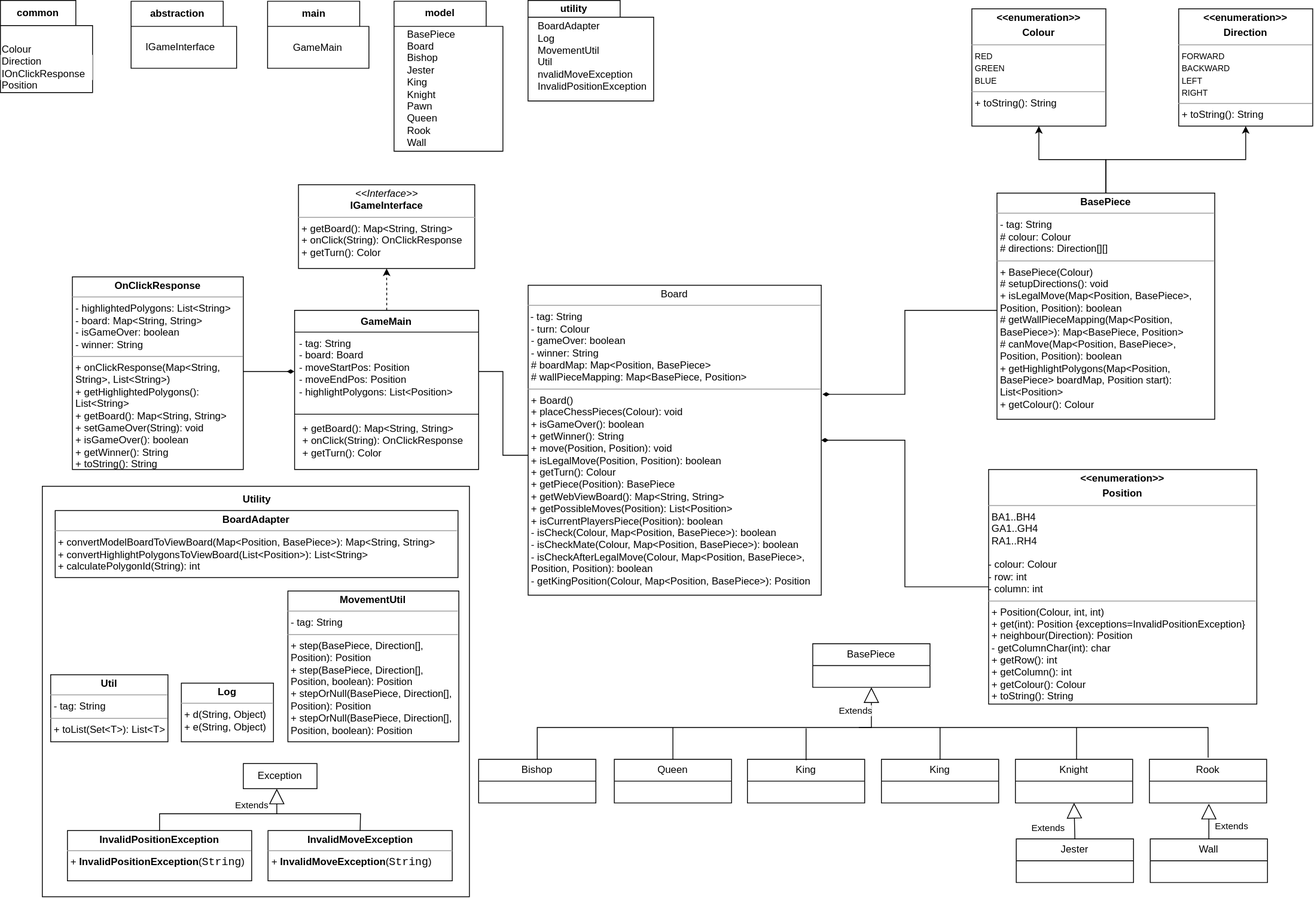
Above: documentation/images/ClassDiagram.svg in ShashankSinha98/3-Player-Chess (draw.io), before the change. Source tidied: cells renumbered, new cells last; positions are measured from the earlier drawing's top-left corner, leaving out a move shared by most shapes.
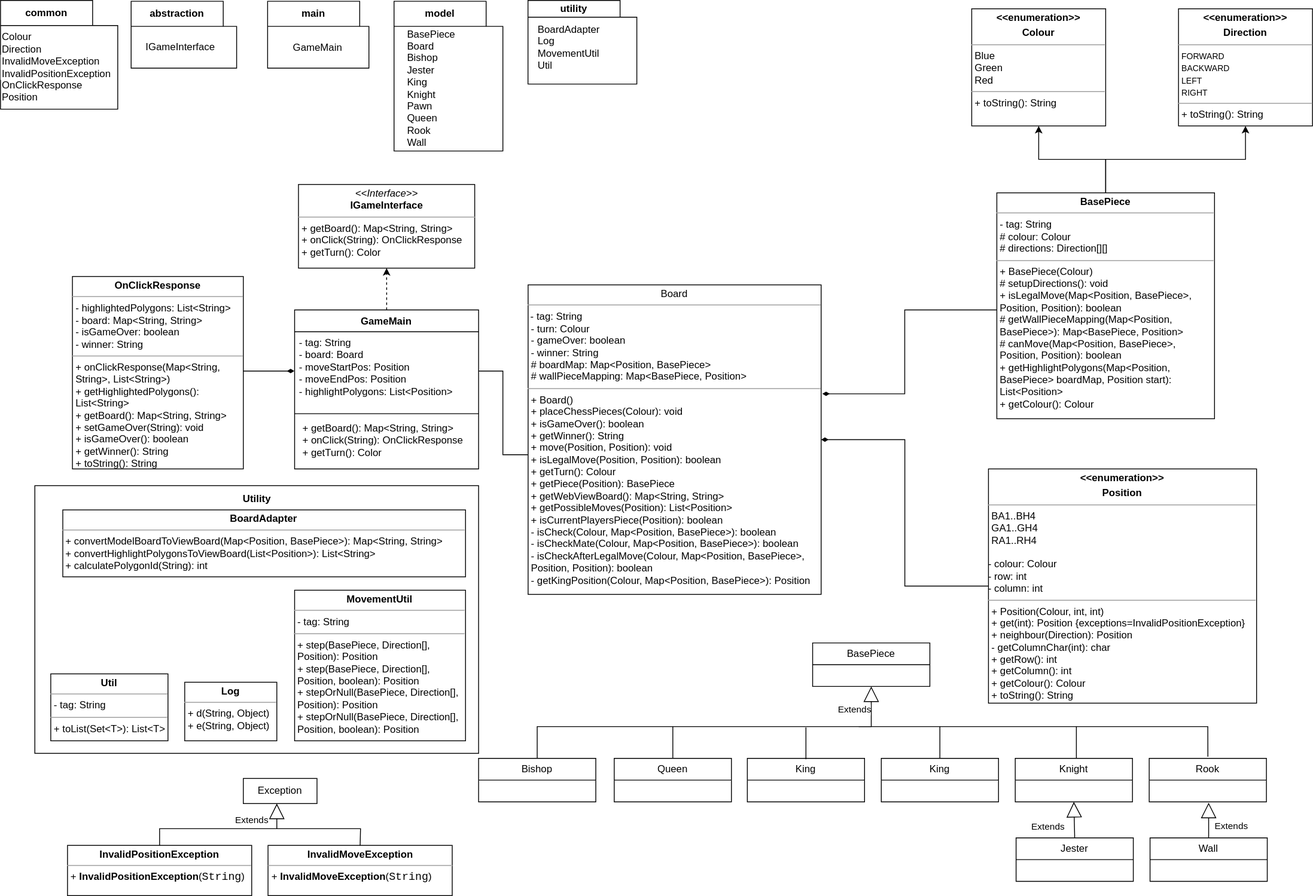
The same diagram one commit later.

The edit, as a diff of the source:
```diff
@@ -3,15 +3,15 @@
     <mxCell id="0" />
     <mxCell id="1" parent="0" />
     <mxCell id="2" style="rounded=0;whiteSpace=wrap;html=1;" parent="1" vertex="1">
-      <mxGeometry x="50" y="580" width="510" height="490" as="geometry" />
+      <mxGeometry x="41" y="580" width="530" height="320" as="geometry" />
     </mxCell>
     <mxCell id="3" value="&lt;p style=&quot;margin:0px;margin-top:4px;text-align:center;&quot;&gt;&lt;i&gt;&amp;lt;&amp;lt;Interface&amp;gt;&amp;gt;&lt;/i&gt;&lt;br&gt;&lt;b&gt;IGameInterface&lt;/b&gt;&lt;/p&gt;&lt;hr size=&quot;1&quot;&gt;&lt;p style=&quot;margin:0px;margin-left:4px;&quot;&gt;+ getBoard(): Map&amp;lt;String, String&amp;gt;&lt;br&gt;+ onClick(String): OnClickResponse&amp;nbsp;&lt;/p&gt;&lt;p style=&quot;margin:0px;margin-left:4px;&quot;&gt;+ getTurn(): Color&lt;/p&gt;" style="verticalAlign=top;align=left;overflow=fill;fontSize=12;fontFamily=Helvetica;html=1;whiteSpace=wrap;" parent="1" vertex="1">
       <mxGeometry x="355.9" y="220" width="210.5" height="100" as="geometry" />
     </mxCell>
-    <mxCell id="4" value="common" style="shape=folder;fontStyle=1;tabWidth=90;tabHeight=30;tabPosition=left;html=1;boundedLbl=1;labelInHeader=1;whiteSpace=wrap;" parent="1" vertex="1">
-      <mxGeometry width="110" height="110" as="geometry" />
+    <mxCell id="4" value="common" style="shape=folder;fontStyle=1;tabWidth=110;tabHeight=30;tabPosition=left;html=1;boundedLbl=1;labelInHeader=1;whiteSpace=wrap;" parent="1" vertex="1">
+      <mxGeometry width="140" height="130" as="geometry" />
     </mxCell>
-    <mxCell id="5" value="Colour&lt;br&gt;Direction&lt;br&gt;&lt;div&gt;I&lt;span style=&quot;background-color: initial;&quot;&gt;OnClickResponse&lt;/span&gt;&lt;/div&gt;&lt;div&gt;Position&lt;/div&gt;" style="html=1;whiteSpace=wrap;strokeColor=none;align=left;" parent="4" vertex="1">
+    <mxCell id="5" value="Colour&lt;br&gt;Direction&lt;br&gt;&lt;div&gt;InvalidMoveException&lt;/div&gt;&lt;div&gt;InvalidPositionException&lt;/div&gt;&lt;div&gt;OnClickResponse&lt;/div&gt;&lt;div&gt;Position&lt;/div&gt;" style="html=1;whiteSpace=wrap;strokeColor=none;align=left;" parent="4" vertex="1">
       <mxGeometry width="110" height="30" relative="1" as="geometry">
         <mxPoint y="65" as="offset" />
       </mxGeometry>
@@ -41,11 +41,11 @@
       </mxGeometry>
     </mxCell>
     <mxCell id="12" value="utility" style="shape=folder;fontStyle=1;tabWidth=110;tabHeight=20;tabPosition=left;html=1;boundedLbl=1;labelInHeader=1;whiteSpace=wrap;" parent="1" vertex="1">
-      <mxGeometry x="630" width="150" height="120" as="geometry" />
+      <mxGeometry x="630" width="130" height="100" as="geometry" />
     </mxCell>
-    <mxCell id="13" value="&lt;div&gt;BoardAdapter&lt;/div&gt;&lt;div&gt;Log&lt;/div&gt;&lt;div&gt;MovementUtil&lt;/div&gt;&lt;div&gt;Util&lt;/div&gt;&lt;div&gt;&lt;div style=&quot;border-color: var(--border-color);&quot;&gt;nvalidMoveException&lt;/div&gt;&lt;div style=&quot;border-color: var(--border-color);&quot;&gt;InvalidPositionException&lt;/div&gt;&lt;/div&gt;&lt;div&gt;&lt;br&gt;&lt;/div&gt;" style="html=1;whiteSpace=wrap;align=left;strokeColor=none;" parent="12" vertex="1">
+    <mxCell id="13" value="&lt;div&gt;BoardAdapter&lt;/div&gt;&lt;div&gt;Log&lt;/div&gt;&lt;div&gt;MovementUtil&lt;/div&gt;&lt;div&gt;Util&lt;/div&gt;" style="html=1;whiteSpace=wrap;align=left;strokeColor=none;" parent="12" vertex="1">
       <mxGeometry width="90" height="60" relative="1" as="geometry">
-        <mxPoint x="10" y="44" as="offset" />
+        <mxPoint x="10" y="26" as="offset" />
       </mxGeometry>
     </mxCell>
     <mxCell id="14" style="edgeStyle=orthogonalEdgeStyle;rounded=0;jettySize=auto;html=1;entryX=0.5;entryY=1;entryDx=0;entryDy=0;dashed=1;" parent="1" edge="1" source="15" target="3">
@@ -69,7 +69,7 @@
     <mxCell id="20" style="edgeStyle=orthogonalEdgeStyle;rounded=0;jettySize=auto;html=1;exitX=0.5;exitY=0;exitDx=0;exitDy=0;" parent="1" edge="1" source="24" target="21">
       <mxGeometry relative="1" as="geometry" />
     </mxCell>
-    <mxCell id="21" value="&lt;p style=&quot;margin:0px;margin-top:4px;text-align:center;&quot;&gt;&lt;b&gt;&amp;lt;&amp;lt;enumeration&amp;gt;&amp;gt;&lt;/b&gt;&lt;/p&gt;&lt;p style=&quot;margin:0px;margin-top:4px;text-align:center;&quot;&gt;&lt;b&gt;Colour&lt;/b&gt;&lt;/p&gt;&lt;hr size=&quot;1&quot;&gt;&lt;p style=&quot;margin:0px;margin-left:4px;&quot;&gt;&lt;font style=&quot;font-size: 10px;&quot;&gt;RED&lt;/font&gt;&lt;/p&gt;&lt;p style=&quot;margin:0px;margin-left:4px;&quot;&gt;&lt;font style=&quot;font-size: 10px;&quot;&gt;GREEN&lt;/font&gt;&lt;/p&gt;&lt;p style=&quot;margin:0px;margin-left:4px;&quot;&gt;&lt;font style=&quot;font-size: 10px;&quot;&gt;BLUE&lt;/font&gt;&lt;/p&gt;&lt;hr size=&quot;1&quot;&gt;&lt;p style=&quot;margin:0px;margin-left:4px;&quot;&gt;+ toString(): String&lt;/p&gt;" style="verticalAlign=top;align=left;overflow=fill;fontSize=12;fontFamily=Helvetica;html=1;whiteSpace=wrap;" parent="1" vertex="1">
+    <mxCell id="21" value="&lt;p style=&quot;margin:0px;margin-top:4px;text-align:center;&quot;&gt;&lt;b&gt;&amp;lt;&amp;lt;enumeration&amp;gt;&amp;gt;&lt;/b&gt;&lt;/p&gt;&lt;p style=&quot;margin:0px;margin-top:4px;text-align:center;&quot;&gt;&lt;b&gt;Colour&lt;/b&gt;&lt;/p&gt;&lt;hr size=&quot;1&quot;&gt;&lt;p style=&quot;margin:0px;margin-left:4px;&quot;&gt;Blue&lt;/p&gt;&lt;p style=&quot;margin:0px;margin-left:4px;&quot;&gt;Green&lt;/p&gt;&lt;p style=&quot;margin:0px;margin-left:4px;&quot;&gt;Red&lt;/p&gt;&lt;hr size=&quot;1&quot;&gt;&lt;p style=&quot;margin:0px;margin-left:4px;&quot;&gt;+ toString(): String&lt;/p&gt;" style="verticalAlign=top;align=left;overflow=fill;fontSize=12;fontFamily=Helvetica;html=1;whiteSpace=wrap;" parent="1" vertex="1">
       <mxGeometry x="1160" y="10" width="160" height="140" as="geometry" />
     </mxCell>
     <mxCell id="22" style="edgeStyle=orthogonalEdgeStyle;rounded=0;jettySize=auto;html=1;exitX=0.5;exitY=0;exitDx=0;exitDy=0;" parent="1" edge="1" source="24" target="23">
@@ -88,13 +88,13 @@
       <mxGeometry x="1180" y="560" width="320.2" height="280" as="geometry" />
     </mxCell>
     <mxCell id="27" value="&lt;p style=&quot;margin:0px;margin-top:4px;text-align:center;&quot;&gt;&lt;b&gt;BoardAdapter&lt;/b&gt;&lt;/p&gt;&lt;hr size=&quot;1&quot;&gt;&lt;p style=&quot;margin:0px;margin-left:4px;&quot;&gt;+ convertModelBoardToViewBoard(Map&amp;lt;Position, BasePiece&amp;gt;): Map&amp;lt;String, String&amp;gt;&lt;/p&gt;&lt;p style=&quot;margin:0px;margin-left:4px;&quot;&gt;+ convertHighlightPolygonsToViewBoard(List&amp;lt;Position&amp;gt;): List&amp;lt;String&amp;gt;&lt;/p&gt;&lt;p style=&quot;margin:0px;margin-left:4px;&quot;&gt;+ calculatePolygonId(String): int&lt;/p&gt;" style="verticalAlign=top;align=left;overflow=fill;fontSize=12;fontFamily=Helvetica;html=1;whiteSpace=wrap;" parent="1" vertex="1">
-      <mxGeometry x="65.4" y="609" width="481" height="80" as="geometry" />
+      <mxGeometry x="74.4" y="609" width="481" height="80" as="geometry" />
     </mxCell>
     <mxCell id="28" value="&lt;p style=&quot;margin:0px;margin-top:4px;text-align:center;&quot;&gt;&lt;b&gt;InvalidPositionException&lt;/b&gt;&lt;/p&gt;&lt;hr size=&quot;1&quot;&gt;&lt;p style=&quot;margin:0px;margin-left:4px;&quot;&gt;+&amp;nbsp;&lt;b style=&quot;border-color: var(--border-color); text-align: center;&quot;&gt;InvalidPositionException&lt;/b&gt;(&lt;span style=&quot;background-color: rgb(255, 255, 255); font-family: &amp;quot;JetBrains Mono&amp;quot;, monospace; font-size: 9.8pt;&quot;&gt;String&lt;/span&gt;&lt;span style=&quot;background-color: initial;&quot;&gt;)&lt;/span&gt;&lt;/p&gt;" style="verticalAlign=top;align=left;overflow=fill;fontSize=12;fontFamily=Helvetica;html=1;whiteSpace=wrap;" parent="1" vertex="1">
-      <mxGeometry x="80" y="991" width="220" height="60" as="geometry" />
+      <mxGeometry x="80" y="1010" width="220" height="60" as="geometry" />
     </mxCell>
     <mxCell id="29" value="Exception" style="html=1;whiteSpace=wrap;" parent="1" vertex="1">
-      <mxGeometry x="290" y="911" width="88" height="30" as="geometry" />
+      <mxGeometry x="290" y="930" width="88" height="30" as="geometry" />
     </mxCell>
     <mxCell id="30" style="edgeStyle=orthogonalEdgeStyle;rounded=0;jettySize=auto;html=1;endArrow=diamondThin;endFill=1;entryX=1.004;entryY=0.352;entryDx=0;entryDy=0;entryPerimeter=0;" parent="1" edge="1" target="19">
       <mxGeometry relative="1" as="geometry">
@@ -193,35 +193,35 @@
       </mxGeometry>
     </mxCell>
     <mxCell id="49" value="&lt;p style=&quot;margin:0px;margin-top:4px;text-align:center;&quot;&gt;&lt;b&gt;InvalidMoveException&lt;/b&gt;&lt;/p&gt;&lt;hr size=&quot;1&quot;&gt;&lt;p style=&quot;margin:0px;margin-left:4px;&quot;&gt;+&amp;nbsp;&lt;b style=&quot;border-color: var(--border-color); text-align: center;&quot;&gt;InvalidMoveException&lt;/b&gt;(&lt;span style=&quot;background-color: rgb(255, 255, 255); font-family: &amp;quot;JetBrains Mono&amp;quot;, monospace; font-size: 9.8pt;&quot;&gt;String&lt;/span&gt;&lt;span style=&quot;background-color: initial;&quot;&gt;)&lt;/span&gt;&lt;/p&gt;" style="verticalAlign=top;align=left;overflow=fill;fontSize=12;fontFamily=Helvetica;html=1;whiteSpace=wrap;" parent="1" vertex="1">
-      <mxGeometry x="319.5" y="991" width="220" height="60" as="geometry" />
+      <mxGeometry x="319.5" y="1010" width="220" height="60" as="geometry" />
     </mxCell>
     <mxCell id="50" value="Extends" style="endArrow=block;endSize=16;endFill=0;html=1;rounded=0;" parent="1" edge="1">
       <mxGeometry x="0.37" y="10" relative="1" as="geometry">
-        <mxPoint x="190" y="991" as="sourcePoint" />
-        <mxPoint x="330" y="941" as="targetPoint" />
+        <mxPoint x="190" y="1010" as="sourcePoint" />
+        <mxPoint x="330" y="960" as="targetPoint" />
         <Array as="points">
-          <mxPoint x="190" y="971" />
-          <mxPoint x="330" y="971" />
+          <mxPoint x="190" y="990" />
+          <mxPoint x="330" y="990" />
         </Array>
       </mxGeometry>
     </mxCell>
     <mxCell id="51" style="endArrow=none;html=1;rounded=0;exitX=0.5;exitY=0;exitDx=0;exitDy=0;" parent="1" edge="1" source="49">
       <mxGeometry relative="1" as="geometry">
-        <mxPoint x="330" y="971" as="targetPoint" />
+        <mxPoint x="330" y="990" as="targetPoint" />
         <Array as="points">
-          <mxPoint x="430" y="971" />
-          <mxPoint x="380" y="971" />
+          <mxPoint x="430" y="990" />
+          <mxPoint x="380" y="990" />
         </Array>
       </mxGeometry>
     </mxCell>
     <mxCell id="52" value="&lt;p style=&quot;margin:0px;margin-top:4px;text-align:center;&quot;&gt;&lt;b&gt;Log&lt;/b&gt;&lt;/p&gt;&lt;hr size=&quot;1&quot;&gt;&lt;p style=&quot;margin:0px;margin-left:4px;&quot;&gt;+ d(String, Object)&lt;/p&gt;&lt;p style=&quot;margin:0px;margin-left:4px;&quot;&gt;+ e(String, Object)&lt;br&gt;&lt;/p&gt;" style="verticalAlign=top;align=left;overflow=fill;fontSize=12;fontFamily=Helvetica;html=1;whiteSpace=wrap;" parent="1" vertex="1">
-      <mxGeometry x="216" y="815" width="110" height="70" as="geometry" />
+      <mxGeometry x="220" y="815" width="110" height="70" as="geometry" />
     </mxCell>
     <mxCell id="53" value="&lt;p style=&quot;margin:0px;margin-top:4px;text-align:center;&quot;&gt;&lt;b&gt;Util&lt;/b&gt;&lt;/p&gt;&lt;hr size=&quot;1&quot;&gt;&lt;p style=&quot;margin:0px;margin-left:4px;&quot;&gt;- tag: String&lt;/p&gt;&lt;hr size=&quot;1&quot;&gt;&lt;p style=&quot;margin:0px;margin-left:4px;&quot;&gt;+ toList(Set&amp;lt;T&amp;gt;): List&amp;lt;T&amp;gt;&lt;/p&gt;" style="verticalAlign=top;align=left;overflow=fill;fontSize=12;fontFamily=Helvetica;html=1;whiteSpace=wrap;" parent="1" vertex="1">
       <mxGeometry x="60" y="805" width="140" height="80" as="geometry" />
     </mxCell>
     <mxCell id="54" value="&lt;p style=&quot;margin:0px;margin-top:4px;text-align:center;&quot;&gt;&lt;b&gt;MovementUtil&lt;/b&gt;&lt;/p&gt;&lt;hr size=&quot;1&quot;&gt;&lt;p style=&quot;margin:0px;margin-left:4px;&quot;&gt;- tag: String&lt;/p&gt;&lt;hr size=&quot;1&quot;&gt;&lt;p style=&quot;margin:0px;margin-left:4px;&quot;&gt;+ step(BasePiece, Direction[], Position): Position&lt;/p&gt;&lt;p style=&quot;margin:0px;margin-left:4px;&quot;&gt;+ step(BasePiece, Direction[], Position, boolean): Position&lt;br&gt;&lt;/p&gt;&lt;p style=&quot;margin:0px;margin-left:4px;&quot;&gt;+ stepOrNull(BasePiece, Direction[], Position): Position&lt;br&gt;&lt;/p&gt;&lt;p style=&quot;margin:0px;margin-left:4px;&quot;&gt;+ stepOrNull(BasePiece, Direction[], Position, boolean): Position&lt;br&gt;&lt;/p&gt;" style="verticalAlign=top;align=left;overflow=fill;fontSize=12;fontFamily=Helvetica;html=1;whiteSpace=wrap;" parent="1" vertex="1">
-      <mxGeometry x="343.2" y="705" width="204.1" height="180" as="geometry" />
+      <mxGeometry x="351.2" y="705" width="204.1" height="180" as="geometry" />
     </mxCell>
     <mxCell id="55" value="&lt;p style=&quot;margin:0px;margin-top:4px;text-align:center;&quot;&gt;&lt;b&gt;OnClickResponse&lt;/b&gt;&lt;/p&gt;&lt;hr size=&quot;1&quot;&gt;&lt;p style=&quot;margin:0px;margin-left:4px;&quot;&gt;- highlightedPolygons: List&amp;lt;String&amp;gt;&lt;/p&gt;&lt;p style=&quot;margin:0px;margin-left:4px;&quot;&gt;- board: Map&amp;lt;String, String&amp;gt;&lt;/p&gt;&lt;p style=&quot;margin:0px;margin-left:4px;&quot;&gt;- isGameOver: boolean&lt;/p&gt;&lt;p style=&quot;margin:0px;margin-left:4px;&quot;&gt;- winner: String&lt;/p&gt;&lt;hr size=&quot;1&quot;&gt;&lt;p style=&quot;margin:0px;margin-left:4px;&quot;&gt;+ onClickResponse(Map&amp;lt;String, String&amp;gt;, List&amp;lt;String&amp;gt;)&lt;/p&gt;&lt;p style=&quot;margin:0px;margin-left:4px;&quot;&gt;+ getHighlightedPolygons(): List&amp;lt;String&amp;gt;&lt;br&gt;&lt;/p&gt;&lt;p style=&quot;margin:0px;margin-left:4px;&quot;&gt;+ getBoard(): Map&amp;lt;String, String&amp;gt;&lt;br&gt;&lt;/p&gt;&lt;p style=&quot;margin:0px;margin-left:4px;&quot;&gt;+ setGameOver(String): void&lt;/p&gt;&lt;p style=&quot;margin:0px;margin-left:4px;&quot;&gt;+ isGameOver(): boolean&lt;/p&gt;&lt;p style=&quot;margin:0px;margin-left:4px;&quot;&gt;+ getWinner(): String&lt;/p&gt;&lt;p style=&quot;margin:0px;margin-left:4px;&quot;&gt;+ toString(): String&lt;/p&gt;" style="verticalAlign=top;align=left;overflow=fill;fontSize=12;fontFamily=Helvetica;html=1;whiteSpace=wrap;" parent="1" vertex="1">
       <mxGeometry x="85.9" y="330" width="204.1" height="230" as="geometry" />
```
